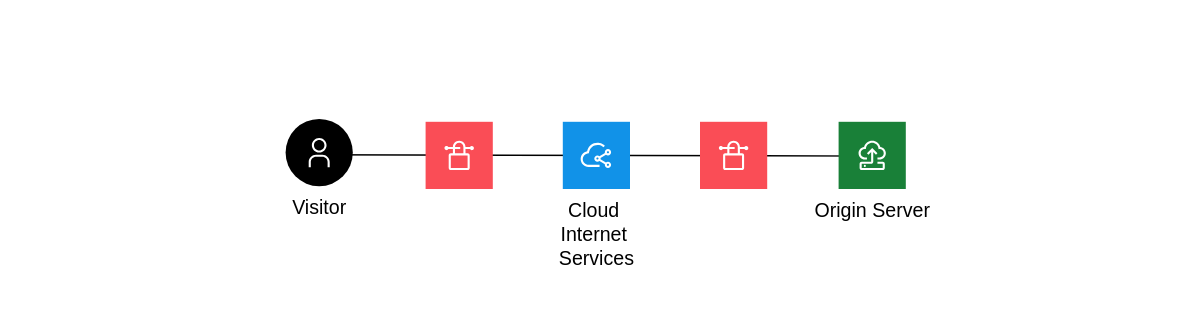
ibm-cloud-docs/cis keeps this draw.io diagram as images/end-to-end-ca-signed.svg. Above is the earlier version. Source tidied: cells renumbered, new cells last; positions are measured from the earlier drawing's top-left corner, leaving out a move shared by most shapes.
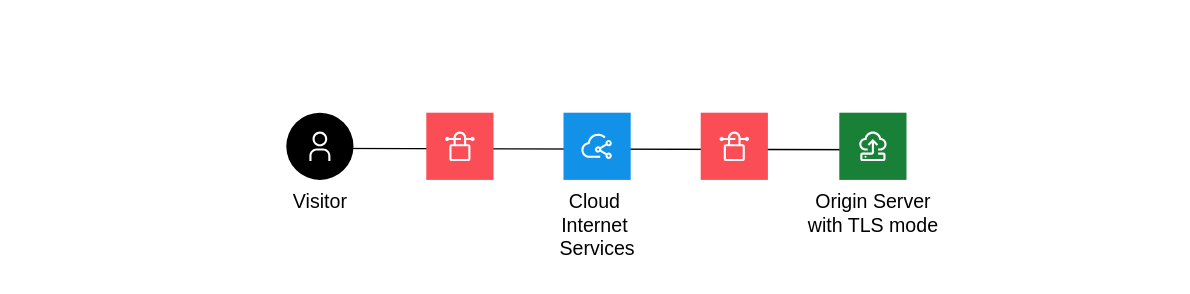
The same diagram one commit later.

Diff of the diagram source:
```diff
@@ -2,60 +2,60 @@
   <root>
     <mxCell id="0" />
     <mxCell id="1" parent="0" />
-    <mxCell id="2" style="rounded=0;whiteSpace=wrap;html=1;fillColor=default;strokeColor=none;" parent="1" vertex="1">
-      <mxGeometry x="151" y="-0.5" width="550" height="220" as="geometry" />
-    </mxCell>
-    <mxCell id="3" style="endArrow=none;html=1;rounded=0;" parent="1" edge="1">
-      <mxGeometry relative="1" as="geometry">
-        <mxPoint x="220.5" y="110" as="sourcePoint" />
-        <mxPoint x="630.5" y="111" as="targetPoint" />
-      </mxGeometry>
-    </mxCell>
+    <mxCell id="16" style="rounded=0;whiteSpace=wrap;html=1;fillColor=default;strokeColor=none;" parent="1" vertex="1">
+      <mxGeometry x="140" y="-16" width="570" height="210" as="geometry" />
+    </mxCell>
+    <mxCell id="17" style="endArrow=none;html=1;rounded=0;" parent="1" edge="1">
+      <mxGeometry relative="1" as="geometry">
+        <mxPoint x="221" y="89.5" as="sourcePoint" />
+        <mxPoint x="631" y="90.5" as="targetPoint" />
+      </mxGeometry>
+    </mxCell>
     <mxCell id="4" value="Visitor" style="shape=ellipse;fillColor=#000000;labelPosition=center;verticalLabelPosition=bottom;align=center;verticalAlign=top;strokeColor=none;fontSize=14;" parent="1" vertex="1">
-      <mxGeometry x="203.5" y="84.5" width="48" height="48" as="geometry" />
+      <mxGeometry x="204" y="64" width="48" height="48" as="geometry" />
     </mxCell>
-    <mxCell id="5" style="fillColor=#ffffff;strokeColor=none;dashed=0;html=1;labelPosition=center;verticalLabelPosition=bottom;verticalAlign=top;shape=mxgraph.ibm_cloud.user;" parent="4" vertex="1">
-      <mxGeometry width="24" height="24" relative="1" as="geometry">
-        <mxPoint x="12" y="12" as="offset" />
-      </mxGeometry>
-    </mxCell>
+    <mxCell id="18" style="fillColor=#ffffff;strokeColor=none;dashed=0;html=1;labelPosition=center;verticalLabelPosition=bottom;verticalAlign=top;shape=mxgraph.ibm_cloud.user;" parent="4" vertex="1">
+      <mxGeometry width="24" height="24" relative="1" as="geometry">
+        <mxPoint x="12" y="12" as="offset" />
+      </mxGeometry>
+    </mxCell>
     <mxCell id="6" value="Cloud &#10;Internet &#10;Services" style="shape=rect;fillColor=#1192E8;labelPosition=center;verticalLabelPosition=bottom;align=center;verticalAlign=top;strokeColor=none;fontSize=14;" parent="1" vertex="1">
-      <mxGeometry x="401.5" y="86.5" width="48" height="48" as="geometry" />
+      <mxGeometry x="402" y="64" width="48" height="48" as="geometry" />
     </mxCell>
-    <mxCell id="7" style="fillColor=#ffffff;strokeColor=none;dashed=0;html=1;labelPosition=center;verticalLabelPosition=bottom;verticalAlign=top;shape=mxgraph.ibm_cloud.ibm-cloud--internet-services;" parent="6" vertex="1">
-      <mxGeometry width="24" height="24" relative="1" as="geometry">
-        <mxPoint x="12" y="12" as="offset" />
-      </mxGeometry>
-    </mxCell>
-    <mxCell id="8" style="shape=rect;fillColor=#FA4D56;labelPosition=center;verticalLabelPosition=bottom;align=center;verticalAlign=top;strokeColor=none;fontSize=14;" parent="1" vertex="1">
-      <mxGeometry x="303.5" y="86.5" width="48" height="48" as="geometry" />
-    </mxCell>
-    <mxCell id="9" style="fillColor=#ffffff;strokeColor=none;dashed=0;html=1;labelPosition=center;verticalLabelPosition=bottom;verticalAlign=top;shape=mxgraph.ibm_cloud.vpn--connection;" parent="8" vertex="1">
-      <mxGeometry width="24" height="24" relative="1" as="geometry">
-        <mxPoint x="12" y="12" as="offset" />
-      </mxGeometry>
-    </mxCell>
-    <mxCell id="10" style="shape=rect;fillColor=#FA4D56;labelPosition=center;verticalLabelPosition=bottom;align=center;verticalAlign=top;strokeColor=none;fontSize=14;" parent="1" vertex="1">
-      <mxGeometry x="499.5" y="86.5" width="48" height="48" as="geometry" />
-    </mxCell>
-    <mxCell id="11" style="fillColor=#ffffff;strokeColor=none;dashed=0;html=1;labelPosition=center;verticalLabelPosition=bottom;verticalAlign=top;shape=mxgraph.ibm_cloud.vpn--connection;" parent="10" vertex="1">
-      <mxGeometry width="24" height="24" relative="1" as="geometry">
-        <mxPoint x="12" y="12" as="offset" />
-      </mxGeometry>
-    </mxCell>
-    <mxCell id="12" value="Origin Server&#10;" style="shape=rect;fillColor=#198038;labelPosition=center;verticalLabelPosition=bottom;align=center;verticalAlign=top;strokeColor=none;fontSize=14;" parent="1" vertex="1">
-      <mxGeometry x="598.5" y="86.5" width="48" height="48" as="geometry" />
-    </mxCell>
-    <mxCell id="13" style="fillColor=#ffffff;strokeColor=none;dashed=0;html=1;labelPosition=center;verticalLabelPosition=bottom;verticalAlign=top;shape=mxgraph.ibm_cloud.ibm-cloud--virtual-server-classic;" parent="12" vertex="1">
-      <mxGeometry width="24" height="24" relative="1" as="geometry">
-        <mxPoint x="12" y="12" as="offset" />
-      </mxGeometry>
-    </mxCell>
-    <mxCell id="14" style="rounded=0;whiteSpace=wrap;html=1;fillColor=default;strokeColor=none;" parent="1" vertex="1">
-      <mxGeometry y="-0.5" width="150" height="224.5" as="geometry" />
-    </mxCell>
-    <mxCell id="15" style="rounded=0;whiteSpace=wrap;html=1;fillColor=default;strokeColor=none;" parent="1" vertex="1">
-      <mxGeometry x="701" y="-0.5" width="149" height="224.5" as="geometry" />
-    </mxCell>
+    <mxCell id="19" style="fillColor=#ffffff;strokeColor=none;dashed=0;html=1;labelPosition=center;verticalLabelPosition=bottom;verticalAlign=top;shape=mxgraph.ibm_cloud.ibm-cloud--internet-services;" parent="6" vertex="1">
+      <mxGeometry width="24" height="24" relative="1" as="geometry">
+        <mxPoint x="12" y="12" as="offset" />
+      </mxGeometry>
+    </mxCell>
+    <mxCell id="20" style="shape=rect;fillColor=#FA4D56;labelPosition=center;verticalLabelPosition=bottom;align=center;verticalAlign=top;strokeColor=none;fontSize=14;" parent="1" vertex="1">
+      <mxGeometry x="304" y="64" width="48" height="48" as="geometry" />
+    </mxCell>
+    <mxCell id="21" style="fillColor=#ffffff;strokeColor=none;dashed=0;html=1;labelPosition=center;verticalLabelPosition=bottom;verticalAlign=top;shape=mxgraph.ibm_cloud.vpn--connection;" parent="20" vertex="1">
+      <mxGeometry width="24" height="24" relative="1" as="geometry">
+        <mxPoint x="12" y="12" as="offset" />
+      </mxGeometry>
+    </mxCell>
+    <mxCell id="22" style="shape=rect;fillColor=#FA4D56;labelPosition=center;verticalLabelPosition=bottom;align=center;verticalAlign=top;strokeColor=none;fontSize=14;" parent="1" vertex="1">
+      <mxGeometry x="500" y="64" width="48" height="48" as="geometry" />
+    </mxCell>
+    <mxCell id="23" style="fillColor=#ffffff;strokeColor=none;dashed=0;html=1;labelPosition=center;verticalLabelPosition=bottom;verticalAlign=top;shape=mxgraph.ibm_cloud.vpn--connection;" parent="22" vertex="1">
+      <mxGeometry width="24" height="24" relative="1" as="geometry">
+        <mxPoint x="12" y="12" as="offset" />
+      </mxGeometry>
+    </mxCell>
+    <mxCell id="24" value="Origin Server&#10;with TLS mode" style="shape=rect;fillColor=#198038;labelPosition=center;verticalLabelPosition=bottom;align=center;verticalAlign=top;strokeColor=none;fontSize=14;" parent="1" vertex="1">
+      <mxGeometry x="599" y="64" width="48" height="48" as="geometry" />
+    </mxCell>
+    <mxCell id="25" style="fillColor=#ffffff;strokeColor=none;dashed=0;html=1;labelPosition=center;verticalLabelPosition=bottom;verticalAlign=top;shape=mxgraph.ibm_cloud.ibm-cloud--virtual-server-classic;" parent="24" vertex="1">
+      <mxGeometry width="24" height="24" relative="1" as="geometry">
+        <mxPoint x="12" y="12" as="offset" />
+      </mxGeometry>
+    </mxCell>
+    <mxCell id="26" style="rounded=0;whiteSpace=wrap;html=1;fillColor=default;strokeColor=none;" parent="1" vertex="1">
+      <mxGeometry y="-16" width="140" height="210" as="geometry" />
+    </mxCell>
+    <mxCell id="27" style="rounded=0;whiteSpace=wrap;html=1;fillColor=default;strokeColor=none;" parent="1" vertex="1">
+      <mxGeometry x="710" y="-16" width="140" height="210" as="geometry" />
+    </mxCell>
   </root>
 </mxGraphModel>
```
